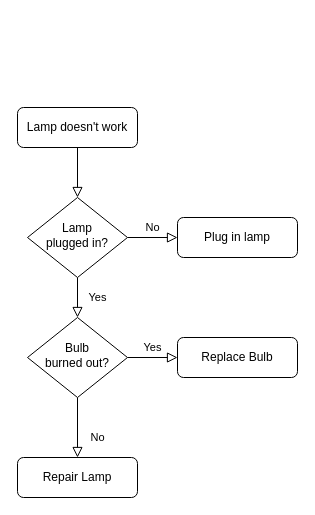
Before: 제목 없는 다이어그램.drawio in chocksummersalt/High-tech-Class, a draw.io diagram. Source tidied: cells renumbered, new cells numbered last; positions are measured from the earlier drawing's top-left corner, leaving out a move shared by most shapes. Both pictures are drawn from the tidied source at 100%, with x=0, y=0 at pixel (17, 107).
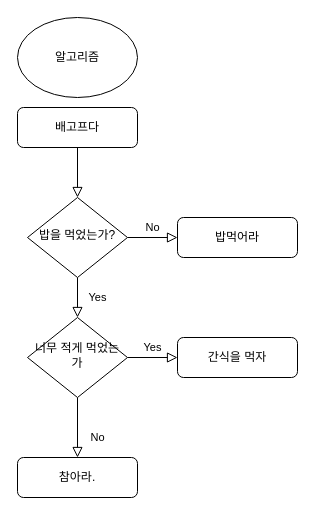
After the change.

Commit message:
제목 없는 다이어그램.drawio 업데이트

The edit, as a diff of the source:
```diff
@@
 <mxGraphModel>
   <root>
     <mxCell id="0" />
     <mxCell id="1" parent="0" />
     <mxCell id="2" style="rounded=0;html=1;jettySize=auto;fontSize=11;endArrow=block;endFill=0;endSize=8;strokeWidth=1;shadow=0;labelBackgroundColor=none;edgeStyle=orthogonalEdgeStyle;" parent="1" edge="1" source="3" target="6">
       <mxGeometry relative="1" as="geometry" />
     </mxCell>
-    <mxCell id="3" value="Lamp doesn't work" style="rounded=1;whiteSpace=wrap;html=1;fontSize=12;glass=0;strokeWidth=1;shadow=0;" parent="1" vertex="1">
+    <mxCell id="3" value="배고프다" style="rounded=1;whiteSpace=wrap;html=1;fontSize=12;glass=0;strokeWidth=1;shadow=0;" parent="1" vertex="1">
       <mxGeometry width="120" height="40" as="geometry" />
     </mxCell>
     <mxCell id="4" value="Yes" style="rounded=0;html=1;jettySize=auto;fontSize=11;endArrow=block;endFill=0;endSize=8;strokeWidth=1;shadow=0;labelBackgroundColor=none;edgeStyle=orthogonalEdgeStyle;" parent="1" edge="1" source="6" target="10">
       <mxGeometry y="20" relative="1" as="geometry" />
     </mxCell>
     <mxCell id="5" value="No" style="edgeStyle=orthogonalEdgeStyle;rounded=0;html=1;jettySize=auto;fontSize=11;endArrow=block;endFill=0;endSize=8;strokeWidth=1;shadow=0;labelBackgroundColor=none;" parent="1" edge="1" source="6" target="7">
       <mxGeometry y="10" relative="1" as="geometry" />
     </mxCell>
-    <mxCell id="6" value="Lamp&lt;br&gt;plugged in?" style="rhombus;whiteSpace=wrap;html=1;shadow=0;fontFamily=Helvetica;fontSize=12;align=center;strokeWidth=1;spacing=6;spacingTop=-4;" parent="1" vertex="1">
+    <mxCell id="6" value="밥을 먹었는가?" style="rhombus;whiteSpace=wrap;html=1;shadow=0;fontFamily=Helvetica;fontSize=12;align=center;strokeWidth=1;spacing=6;spacingTop=-4;" parent="1" vertex="1">
       <mxGeometry x="10" y="90" width="100" height="80" as="geometry" />
     </mxCell>
-    <mxCell id="7" value="Plug in lamp" style="rounded=1;whiteSpace=wrap;html=1;fontSize=12;glass=0;strokeWidth=1;shadow=0;" parent="1" vertex="1">
+    <mxCell id="7" value="밥먹어라" style="rounded=1;whiteSpace=wrap;html=1;fontSize=12;glass=0;strokeWidth=1;shadow=0;" parent="1" vertex="1">
       <mxGeometry x="160" y="110" width="120" height="40" as="geometry" />
     </mxCell>
     <mxCell id="8" value="No" style="rounded=0;html=1;jettySize=auto;fontSize=11;endArrow=block;endFill=0;endSize=8;strokeWidth=1;shadow=0;labelBackgroundColor=none;edgeStyle=orthogonalEdgeStyle;" parent="1" edge="1" source="10" target="11">
       <mxGeometry x="0.33" y="20" relative="1" as="geometry" />
     </mxCell>
     <mxCell id="9" value="Yes" style="edgeStyle=orthogonalEdgeStyle;rounded=0;html=1;jettySize=auto;fontSize=11;endArrow=block;endFill=0;endSize=8;strokeWidth=1;shadow=0;labelBackgroundColor=none;" parent="1" edge="1" source="10" target="12">
       <mxGeometry y="10" relative="1" as="geometry" />
     </mxCell>
-    <mxCell id="10" value="Bulb&lt;br&gt;burned out?" style="rhombus;whiteSpace=wrap;html=1;shadow=0;fontFamily=Helvetica;fontSize=12;align=center;strokeWidth=1;spacing=6;spacingTop=-4;" parent="1" vertex="1">
+    <mxCell id="10" value="너무 적게 먹었는가" style="rhombus;whiteSpace=wrap;html=1;shadow=0;fontFamily=Helvetica;fontSize=12;align=center;strokeWidth=1;spacing=6;spacingTop=-4;" parent="1" vertex="1">
       <mxGeometry x="10" y="210" width="100" height="80" as="geometry" />
     </mxCell>
-    <mxCell id="11" value="Repair Lamp" style="rounded=1;whiteSpace=wrap;html=1;fontSize=12;glass=0;strokeWidth=1;shadow=0;" parent="1" vertex="1">
+    <mxCell id="11" value="참아라." style="rounded=1;whiteSpace=wrap;html=1;fontSize=12;glass=0;strokeWidth=1;shadow=0;" parent="1" vertex="1">
       <mxGeometry y="350" width="120" height="40" as="geometry" />
     </mxCell>
-    <mxCell id="12" value="Replace Bulb" style="rounded=1;whiteSpace=wrap;html=1;fontSize=12;glass=0;strokeWidth=1;shadow=0;" parent="1" vertex="1">
+    <mxCell id="12" value="간식을 먹자" style="rounded=1;whiteSpace=wrap;html=1;fontSize=12;glass=0;strokeWidth=1;shadow=0;" parent="1" vertex="1">
       <mxGeometry x="160" y="230" width="120" height="40" as="geometry" />
     </mxCell>
+    <mxCell id="13" value="알고리즘" style="ellipse;whiteSpace=wrap;html=1;" parent="1" vertex="1">
+      <mxGeometry y="-90" width="120" height="80" as="geometry" />
+    </mxCell>
   </root>
 </mxGraphModel>
```
